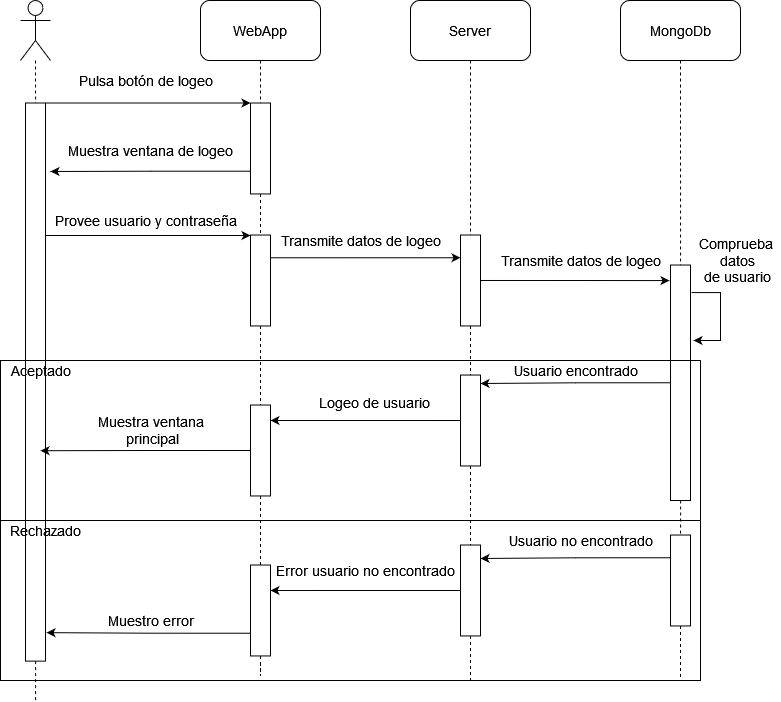
Arquisoft/dede_es4b keeps this draw.io diagram as docs/images/Login.png. Above is the earlier version. Source tidied: cells renumbered, new cells last; positions are measured from the earlier drawing's top-left corner, leaving out a move shared by most shapes.
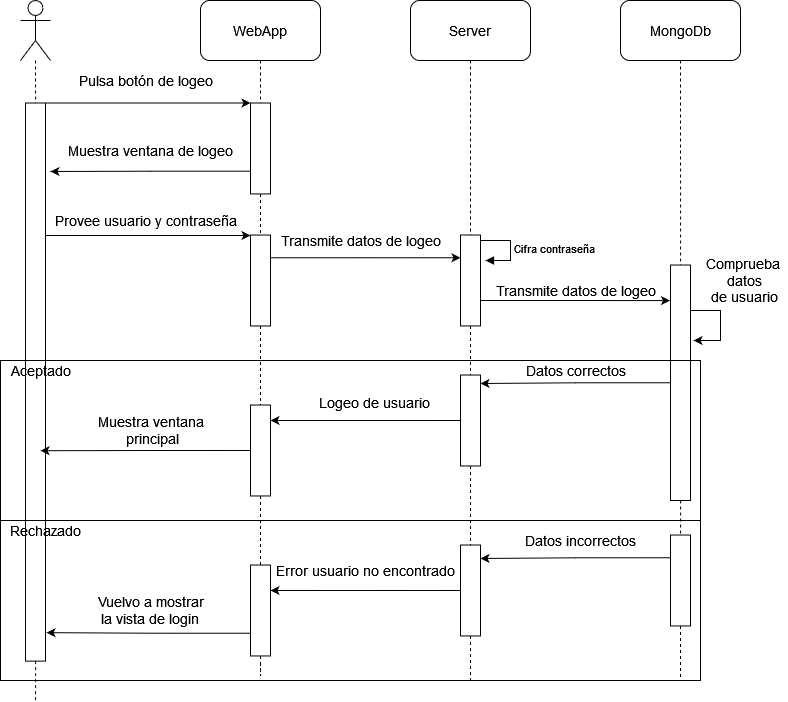
After the commit.

Diff of the diagram source:
```diff
@@ -80,9 +80,6 @@
     <mxCell id="22" value="Provee usuario y contraseña" style="text;html=1;align=center;verticalAlign=middle;strokeColor=none;fillColor=none;fontSize=14;fontColor=none;" parent="1" vertex="1">
       <mxGeometry x="289" y="210" width="200" height="20" as="geometry" />
     </mxCell>
-    <mxCell id="23" style="edgeStyle=orthogonalEdgeStyle;rounded=0;jettySize=auto;html=1;exitX=0.5;exitY=0;exitDx=0;exitDy=0;entryX=0.066;entryY=1.05;entryDx=0;entryDy=0;entryPerimeter=0;fontSize=14;fontColor=none;startArrow=none;startFill=0;endArrow=classic;endFill=1;strokeColor=default;" parent="1" edge="1" source="24" target="29">
-      <mxGeometry relative="1" as="geometry" />
-    </mxCell>
     <mxCell id="24" style="rounded=0;whiteSpace=wrap;html=1;fontColor=none;rotation=90;" parent="1" vertex="1">
       <mxGeometry x="668.5" y="270" width="90.9" height="20" as="geometry" />
     </mxCell>
@@ -92,13 +89,14 @@
     <mxCell id="26" value="Transmite datos de logeo" style="text;html=1;align=center;verticalAlign=middle;strokeColor=none;fillColor=none;fontSize=14;fontColor=none;" parent="1" vertex="1">
       <mxGeometry x="514" y="230" width="180" height="20" as="geometry" />
     </mxCell>
-    <mxCell id="27" style="edgeStyle=orthogonalEdgeStyle;rounded=0;jettySize=auto;html=1;exitX=0.117;exitY=-0.05;exitDx=0;exitDy=0;fontSize=14;fontColor=none;startArrow=none;startFill=0;endArrow=classic;endFill=1;strokeColor=default;exitPerimeter=0;" parent="1" edge="1" source="29">
+    <mxCell id="27" style="edgeStyle=orthogonalEdgeStyle;rounded=0;orthogonalLoop=1;jettySize=auto;html=1;fontSize=14;fontColor=none;startArrow=none;startFill=0;endArrow=classic;endFill=1;strokeColor=default;" parent="1" edge="1">
       <mxGeometry relative="1" as="geometry">
+        <mxPoint x="934" y="310" as="sourcePoint" />
         <mxPoint x="937" y="340" as="targetPoint" />
         <Array as="points">
-          <mxPoint x="964" y="292" />
+          <mxPoint x="935" y="310" />
+          <mxPoint x="964" y="310" />
           <mxPoint x="964" y="340" />
-          <mxPoint x="937" y="340" />
         </Array>
       </mxGeometry>
     </mxCell>
@@ -114,10 +112,10 @@
       <mxGeometry relative="1" as="geometry" />
     </mxCell>
     <mxCell id="31" value="Transmite datos de logeo" style="text;html=1;align=center;verticalAlign=middle;strokeColor=none;fillColor=none;fontSize=14;fontColor=none;" parent="1" vertex="1">
-      <mxGeometry x="734" y="250" width="180" height="20" as="geometry" />
+      <mxGeometry x="729" y="280" width="180" height="20" as="geometry" />
     </mxCell>
     <mxCell id="32" value="&lt;div&gt;Comprueba&lt;/div&gt;&lt;div&gt;&amp;nbsp;datos&lt;/div&gt;&lt;div&gt;&amp;nbsp;de usuario&lt;/div&gt;" style="text;html=1;align=center;verticalAlign=middle;strokeColor=none;fillColor=none;fontSize=14;fontColor=none;" parent="1" vertex="1">
-      <mxGeometry x="934" y="230" width="90" height="60" as="geometry" />
+      <mxGeometry x="941" y="250" width="90" height="60" as="geometry" />
     </mxCell>
     <mxCell id="33" style="endArrow=none;html=1;rounded=0;fontSize=14;fontColor=none;strokeColor=default;exitX=0;exitY=0.5;exitDx=0;exitDy=0;entryX=1;entryY=0.5;entryDx=0;entryDy=0;" parent="1" edge="1">
       <mxGeometry relative="1" as="geometry">
@@ -145,8 +143,8 @@
     <mxCell id="39" style="edgeStyle=orthogonalEdgeStyle;rounded=0;jettySize=auto;html=1;dashed=1;fontSize=14;fontColor=none;endArrow=none;endFill=0;startArrow=none;" parent="1" edge="1" source="20" target="38">
       <mxGeometry relative="1" as="geometry" />
     </mxCell>
-    <mxCell id="40" value="Usuario encontrado" style="text;html=1;align=center;verticalAlign=middle;strokeColor=none;fillColor=none;fontSize=14;fontColor=none;" parent="1" vertex="1">
-      <mxGeometry x="749" y="360" width="140" height="20" as="geometry" />
+    <mxCell id="40" value="Datos correctos" style="text;html=1;align=center;verticalAlign=middle;strokeColor=none;fillColor=none;fontSize=14;fontColor=none;" parent="1" vertex="1">
+      <mxGeometry x="759" y="360" width="120" height="20" as="geometry" />
     </mxCell>
     <mxCell id="41" value="Logeo de usuario" style="text;html=1;align=center;verticalAlign=middle;strokeColor=none;fillColor=none;fontSize=14;fontColor=none;" parent="1" vertex="1">
       <mxGeometry x="553" y="392.3" width="130" height="20" as="geometry" />
@@ -189,11 +187,11 @@
     <mxCell id="53" style="edgeStyle=orthogonalEdgeStyle;rounded=0;jettySize=auto;html=1;dashed=1;fontSize=14;fontColor=none;endArrow=none;endFill=0;startArrow=none;" parent="1" edge="1" source="38" target="52">
       <mxGeometry relative="1" as="geometry" />
     </mxCell>
-    <mxCell id="54" value="Muestro error" style="text;html=1;align=center;verticalAlign=middle;strokeColor=none;fillColor=none;fontSize=14;fontColor=none;" parent="1" vertex="1">
-      <mxGeometry x="344" y="610" width="100" height="20" as="geometry" />
+    <mxCell id="54" value="&lt;div&gt;Vuelvo a mostrar&lt;/div&gt;&lt;div&gt;la vista de login&lt;br&gt;&lt;/div&gt;" style="text;html=1;align=center;verticalAlign=middle;strokeColor=none;fillColor=none;fontSize=14;fontColor=none;" parent="1" vertex="1">
+      <mxGeometry x="334" y="590" width="120" height="40" as="geometry" />
     </mxCell>
-    <mxCell id="55" value="&lt;div&gt;Usuario no encontrado&lt;/div&gt;" style="text;html=1;align=center;verticalAlign=middle;strokeColor=none;fillColor=none;fontSize=14;fontColor=none;" parent="1" vertex="1">
-      <mxGeometry x="744" y="530" width="160" height="20" as="geometry" />
+    <mxCell id="55" value="Datos incorrectos" style="text;html=1;align=center;verticalAlign=middle;strokeColor=none;fillColor=none;fontSize=14;fontColor=none;" parent="1" vertex="1">
+      <mxGeometry x="759" y="530" width="130" height="20" as="geometry" />
     </mxCell>
     <mxCell id="56" value="&lt;div&gt;Error usuario no encontrado&lt;/div&gt;" style="text;html=1;align=center;verticalAlign=middle;strokeColor=none;fillColor=none;fontSize=14;fontColor=none;" parent="1" vertex="1">
       <mxGeometry x="514" y="560" width="190" height="20" as="geometry" />
@@ -201,5 +199,24 @@
     <mxCell id="57" style="rounded=0;whiteSpace=wrap;html=1;fontSize=14;fontColor=none;fillColor=none;" parent="1" vertex="1">
       <mxGeometry x="244" y="360" width="700" height="320" as="geometry" />
     </mxCell>
+    <mxCell id="58" value="Cifra contraseña" style="edgeStyle=orthogonalEdgeStyle;html=1;align=left;spacingLeft=2;endArrow=block;rounded=0;entryX=1;entryY=0;" parent="1" edge="1">
+      <mxGeometry relative="1" as="geometry">
+        <mxPoint x="724" y="240" as="sourcePoint" />
+        <mxPoint x="729" y="260" as="targetPoint" />
+        <Array as="points">
+          <mxPoint x="754" y="240" />
+        </Array>
+      </mxGeometry>
+    </mxCell>
+    <mxCell id="59" style="edgeStyle=orthogonalEdgeStyle;rounded=0;orthogonalLoop=1;jettySize=auto;html=1;exitX=0.5;exitY=0;exitDx=0;exitDy=0;entryX=0.066;entryY=1.05;entryDx=0;entryDy=0;entryPerimeter=0;fontSize=14;fontColor=none;startArrow=none;startFill=0;endArrow=classic;endFill=1;strokeColor=default;" parent="1" edge="1">
+      <mxGeometry relative="1" as="geometry">
+        <mxPoint x="724.5" y="300" as="sourcePoint" />
+        <mxPoint x="913.5" y="300.1" as="targetPoint" />
+        <Array as="points">
+          <mxPoint x="824.5" y="300" />
+          <mxPoint x="824.5" y="300" />
+        </Array>
+      </mxGeometry>
+    </mxCell>
   </root>
 </mxGraphModel>
```
